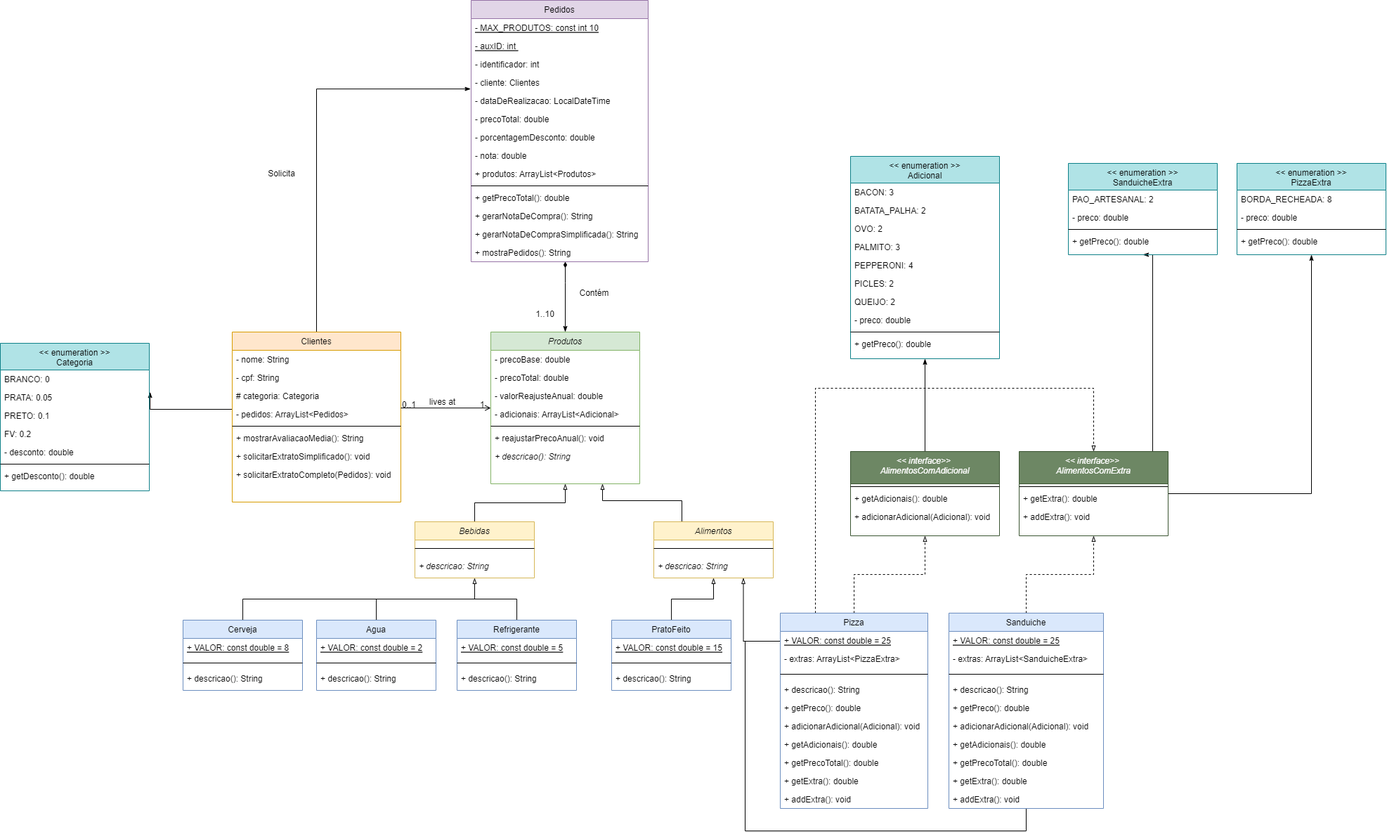
The draw.io diagram UML-TP.png in DisciplinasProgramacao/tp-final-em-grupo-grupo-06-lab-programacao-modular, before a commit. Source tidied: cells renumbered, new cells last; positions are measured from the earlier drawing's top-left corner, leaving out a move shared by most shapes.
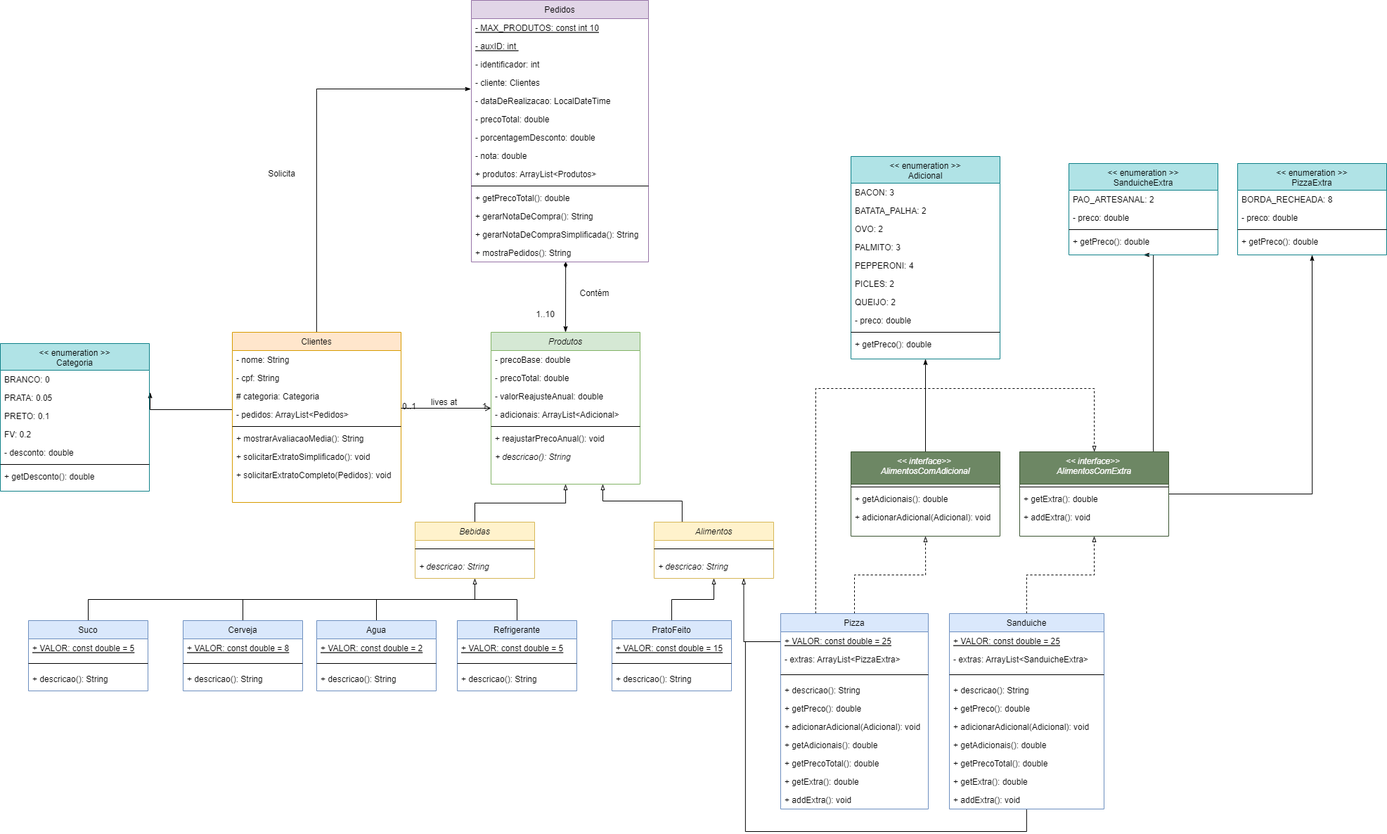
After the commit.

Diff of the diagram source:
```diff
@@ -466,5 +466,25 @@
     <mxCell id="138" value="Solicita" style="text;html=1;align=center;verticalAlign=middle;strokeColor=none;fillColor=none;fontSize=12;fontFamily=Helvetica;fontColor=default;" parent="1" vertex="1">
       <mxGeometry x="370" y="232" width="60" height="30" as="geometry" />
     </mxCell>
+    <mxCell id="139" style="edgeStyle=orthogonalEdgeStyle;rounded=0;jettySize=auto;html=1;endArrow=none;endFill=0;" parent="1" edge="1" source="140">
+      <mxGeometry relative="1" as="geometry">
+        <mxPoint x="350" y="852" as="targetPoint" />
+        <Array as="points">
+          <mxPoint x="125" y="852" />
+        </Array>
+      </mxGeometry>
+    </mxCell>
+    <mxCell id="140" value="Suco" style="swimlane;fontStyle=0;align=center;verticalAlign=top;horizontal=1;startSize=26;rounded=0;shadow=0;strokeWidth=1;fillColor=#dae8fc;strokeColor=#6c8ebf;" parent="1" vertex="1">
+      <mxGeometry x="40" y="882" width="170" height="100" as="geometry" />
+    </mxCell>
+    <mxCell id="141" value="+ VALOR: const double = 5" style="text;align=left;verticalAlign=top;spacingLeft=4;spacingRight=4;overflow=hidden;rounded=0;shadow=0;html=0;fontStyle=4;" parent="140" vertex="1">
+      <mxGeometry y="26" width="170" height="26" as="geometry" />
+    </mxCell>
+    <mxCell id="142" style="line;html=1;strokeWidth=1;align=left;verticalAlign=middle;spacingTop=-1;spacingLeft=3;spacingRight=3;labelPosition=right;" parent="140" vertex="1">
+      <mxGeometry y="52" width="170" height="18" as="geometry" />
+    </mxCell>
+    <mxCell id="143" value="+ descricao(): String" style="text;align=left;verticalAlign=top;spacingLeft=4;spacingRight=4;overflow=hidden;fontStyle=0;" parent="140" vertex="1">
+      <mxGeometry y="70" width="170" height="26" as="geometry" />
+    </mxCell>
   </root>
 </mxGraphModel>
```
